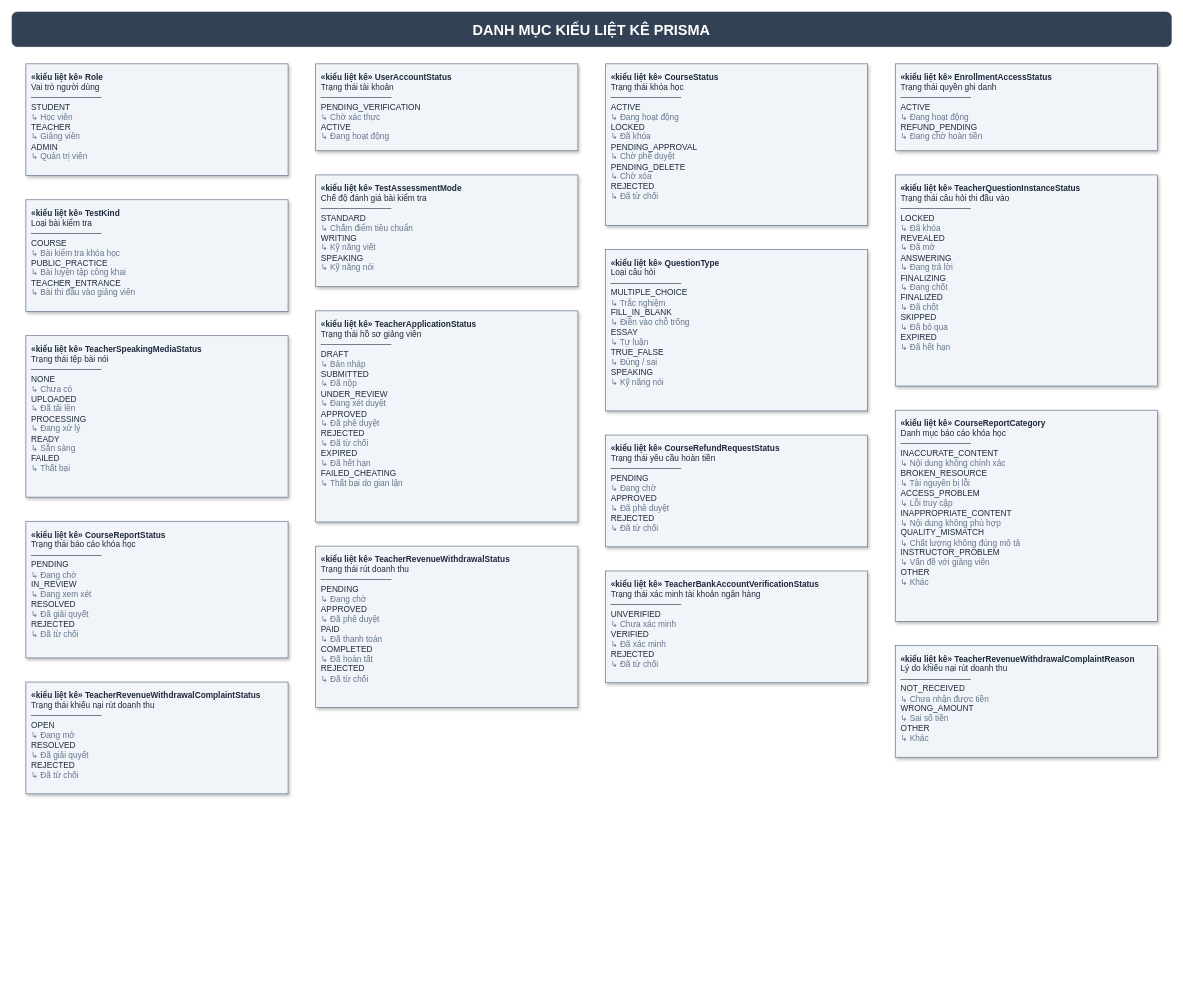
vunguyen00/final-pj keeps this draw.io diagram as page "07 - Danh mục kiểu liệt kê" (8 of 8) of docs/finncenter-database-erd.drawio. Above is the earlier version. Source tidied: cells renumbered, new cells numbered last; positions are measured from the earlier drawing's top-left corner, leaving out a move shared by most shapes. Both pictures are drawn from the tidied source at 69%, with x=0, y=0 at pixel (12, 12).
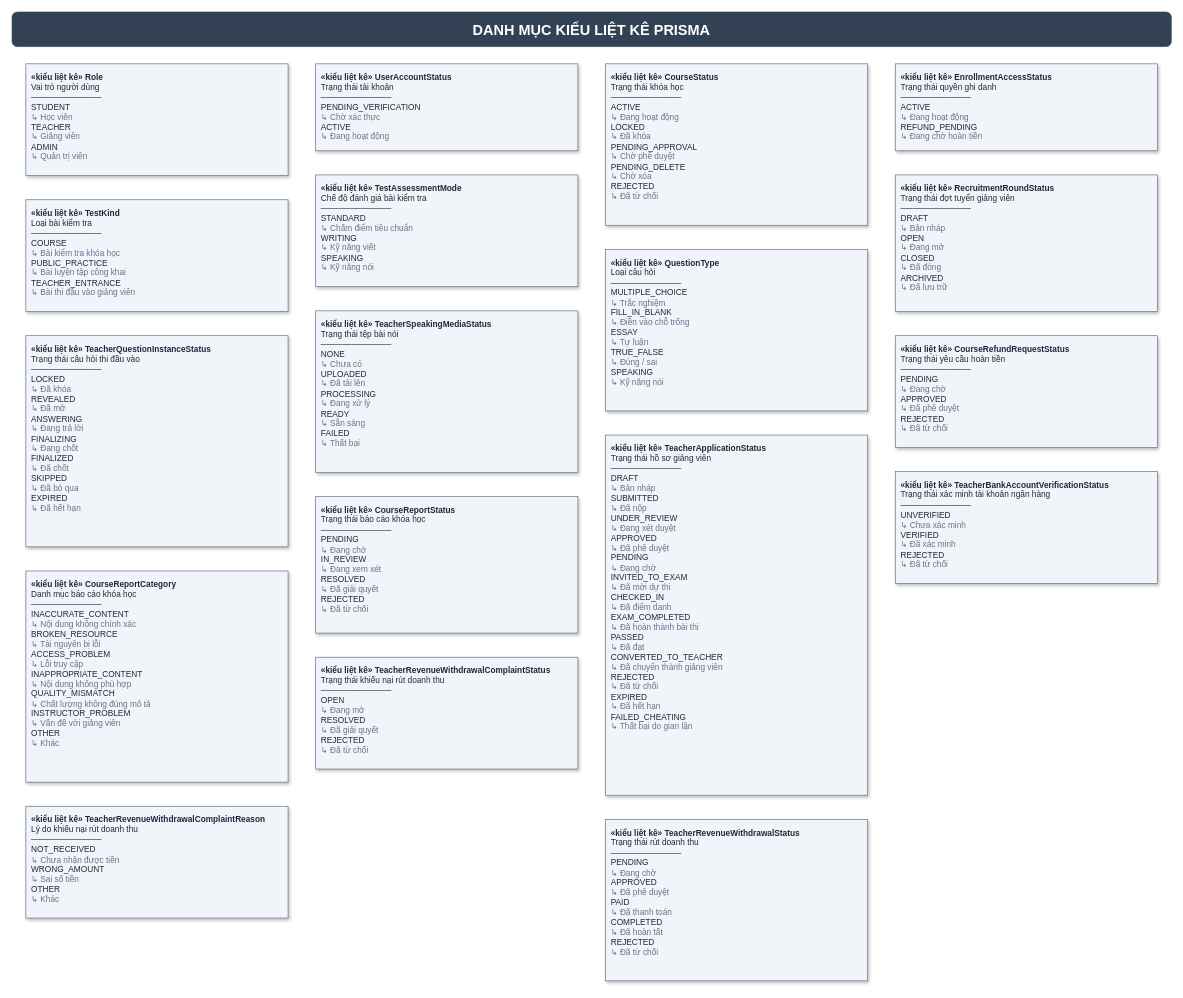
The same diagram, later.

What changed in the source:
```diff
@@
+    <mxCell id="20" value="&lt;b&gt;«kiểu liệt kê» RecruitmentRoundStatus&lt;/b&gt;&lt;br/&gt;Trạng thái đợt tuyển giảng viên&lt;br/&gt;────────────&lt;br/&gt;DRAFT&lt;br/&gt;&lt;font color=&quot;#64748b&quot;&gt;↳ Bản nháp&lt;/font&gt;&lt;br/&gt;OPEN&lt;br/&gt;&lt;font color=&quot;#64748b&quot;&gt;↳ Đang mở&lt;/font&gt;&lt;br/&gt;CLOSED&lt;br/&gt;&lt;font color=&quot;#64748b&quot;&gt;↳ Đã đóng&lt;/font&gt;&lt;br/&gt;ARCHIVED&lt;br/&gt;&lt;font color=&quot;#64748b&quot;&gt;↳ Đã lưu trữ&lt;/font&gt;" style="rounded=0;whiteSpace=wrap;html=1;fillColor=#f1f5f9;strokeColor=#64748b;fontColor=#1e293b;fontSize=12;align=left;verticalAlign=top;spacing=8;shadow=1;" parent="1" vertex="1">
+      <mxGeometry x="1280" y="236" width="380" height="198" as="geometry" />
+    </mxCell>
     <mxCell id="10" value="&lt;b&gt;«kiểu liệt kê» TeacherQuestionInstanceStatus&lt;/b&gt;&lt;br/&gt;Trạng thái câu hỏi thi đầu vào&lt;br/&gt;────────────&lt;br/&gt;LOCKED&lt;br/&gt;&lt;font color=&quot;#64748b&quot;&gt;↳ Đã khóa&lt;/font&gt;&lt;br/&gt;REVEALED&lt;br/&gt;&lt;font color=&quot;#64748b&quot;&gt;↳ Đã mở&lt;/font&gt;&lt;br/&gt;ANSWERING&lt;br/&gt;&lt;font color=&quot;#64748b&quot;&gt;↳ Đang trả lời&lt;/font&gt;&lt;br/&gt;FINALIZING&lt;br/&gt;&lt;font color=&quot;#64748b&quot;&gt;↳ Đang chốt&lt;/font&gt;&lt;br/&gt;FINALIZED&lt;br/&gt;&lt;font color=&quot;#64748b&quot;&gt;↳ Đã chốt&lt;/font&gt;&lt;br/&gt;SKIPPED&lt;br/&gt;&lt;font color=&quot;#64748b&quot;&gt;↳ Đã bỏ qua&lt;/font&gt;&lt;br/&gt;EXPIRED&lt;br/&gt;&lt;font color=&quot;#64748b&quot;&gt;↳ Đã hết hạn&lt;/font&gt;" style="rounded=0;whiteSpace=wrap;html=1;fillColor=#f1f5f9;strokeColor=#64748b;fontColor=#1e293b;fontSize=12;align=left;verticalAlign=top;spacing=8;shadow=1;" parent="1" vertex="1">
-      <mxGeometry x="1280" y="236" width="380" height="306" as="geometry" />
+      <mxGeometry x="20" y="469" width="380" height="306" as="geometry" />
     </mxCell>
     <mxCell id="11" value="&lt;b&gt;«kiểu liệt kê» TeacherSpeakingMediaStatus&lt;/b&gt;&lt;br/&gt;Trạng thái tệp bài nói&lt;br/&gt;────────────&lt;br/&gt;NONE&lt;br/&gt;&lt;font color=&quot;#64748b&quot;&gt;↳ Chưa có&lt;/font&gt;&lt;br/&gt;UPLOADED&lt;br/&gt;&lt;font color=&quot;#64748b&quot;&gt;↳ Đã tải lên&lt;/font&gt;&lt;br/&gt;PROCESSING&lt;br/&gt;&lt;font color=&quot;#64748b&quot;&gt;↳ Đang xử lý&lt;/font&gt;&lt;br/&gt;READY&lt;br/&gt;&lt;font color=&quot;#64748b&quot;&gt;↳ Sẵn sàng&lt;/font&gt;&lt;br/&gt;FAILED&lt;br/&gt;&lt;font color=&quot;#64748b&quot;&gt;↳ Thất bại&lt;/font&gt;" style="rounded=0;whiteSpace=wrap;html=1;fillColor=#f1f5f9;strokeColor=#64748b;fontColor=#1e293b;fontSize=12;align=left;verticalAlign=top;spacing=8;shadow=1;" parent="1" vertex="1">
-      <mxGeometry x="20" y="469" width="380" height="234" as="geometry" />
+      <mxGeometry x="440" y="433" width="380" height="234" as="geometry" />
     </mxCell>
-    <mxCell id="12" value="&lt;b&gt;«kiểu liệt kê» TeacherApplicationStatus&lt;/b&gt;&lt;br/&gt;Trạng thái hồ sơ giảng viên&lt;br/&gt;────────────&lt;br/&gt;DRAFT&lt;br/&gt;&lt;font color=&quot;#64748b&quot;&gt;↳ Bản nháp&lt;/font&gt;&lt;br/&gt;SUBMITTED&lt;br/&gt;&lt;font color=&quot;#64748b&quot;&gt;↳ Đã nộp&lt;/font&gt;&lt;br/&gt;UNDER_REVIEW&lt;br/&gt;&lt;font color=&quot;#64748b&quot;&gt;↳ Đang xét duyệt&lt;/font&gt;&lt;br/&gt;APPROVED&lt;br/&gt;&lt;font color=&quot;#64748b&quot;&gt;↳ Đã phê duyệt&lt;/font&gt;&lt;br/&gt;REJECTED&lt;br/&gt;&lt;font color=&quot;#64748b&quot;&gt;↳ Đã từ chối&lt;/font&gt;&lt;br/&gt;EXPIRED&lt;br/&gt;&lt;font color=&quot;#64748b&quot;&gt;↳ Đã hết hạn&lt;/font&gt;&lt;br/&gt;FAILED_CHEATING&lt;br/&gt;&lt;font color=&quot;#64748b&quot;&gt;↳ Thất bại do gian lận&lt;/font&gt;" style="rounded=0;whiteSpace=wrap;html=1;fillColor=#f1f5f9;strokeColor=#64748b;fontColor=#1e293b;fontSize=12;align=left;verticalAlign=top;spacing=8;shadow=1;" parent="1" vertex="1">
-      <mxGeometry x="440" y="433" width="380" height="306" as="geometry" />
+    <mxCell id="12" value="&lt;b&gt;«kiểu liệt kê» TeacherApplicationStatus&lt;/b&gt;&lt;br/&gt;Trạng thái hồ sơ giảng viên&lt;br/&gt;────────────&lt;br/&gt;DRAFT&lt;br/&gt;&lt;font color=&quot;#64748b&quot;&gt;↳ Bản nháp&lt;/font&gt;&lt;br/&gt;SUBMITTED&lt;br/&gt;&lt;font color=&quot;#64748b&quot;&gt;↳ Đã nộp&lt;/font&gt;&lt;br/&gt;UNDER_REVIEW&lt;br/&gt;&lt;font color=&quot;#64748b&quot;&gt;↳ Đang xét duyệt&lt;/font&gt;&lt;br/&gt;APPROVED&lt;br/&gt;&lt;font color=&quot;#64748b&quot;&gt;↳ Đã phê duyệt&lt;/font&gt;&lt;br/&gt;PENDING&lt;br/&gt;&lt;font color=&quot;#64748b&quot;&gt;↳ Đang chờ&lt;/font&gt;&lt;br/&gt;INVITED_TO_EXAM&lt;br/&gt;&lt;font color=&quot;#64748b&quot;&gt;↳ Đã mời dự thi&lt;/font&gt;&lt;br/&gt;CHECKED_IN&lt;br/&gt;&lt;font color=&quot;#64748b&quot;&gt;↳ Đã điểm danh&lt;/font&gt;&lt;br/&gt;EXAM_COMPLETED&lt;br/&gt;&lt;font color=&quot;#64748b&quot;&gt;↳ Đã hoàn thành bài thi&lt;/font&gt;&lt;br/&gt;PASSED&lt;br/&gt;&lt;font color=&quot;#64748b&quot;&gt;↳ Đã đạt&lt;/font&gt;&lt;br/&gt;CONVERTED_TO_TEACHER&lt;br/&gt;&lt;font color=&quot;#64748b&quot;&gt;↳ Đã chuyển thành giảng viên&lt;/font&gt;&lt;br/&gt;REJECTED&lt;br/&gt;&lt;font color=&quot;#64748b&quot;&gt;↳ Đã từ chối&lt;/font&gt;&lt;br/&gt;EXPIRED&lt;br/&gt;&lt;font color=&quot;#64748b&quot;&gt;↳ Đã hết hạn&lt;/font&gt;&lt;br/&gt;FAILED_CHEATING&lt;br/&gt;&lt;font color=&quot;#64748b&quot;&gt;↳ Thất bại do gian lận&lt;/font&gt;" style="rounded=0;whiteSpace=wrap;html=1;fillColor=#f1f5f9;strokeColor=#64748b;fontColor=#1e293b;fontSize=12;align=left;verticalAlign=top;spacing=8;shadow=1;" parent="1" vertex="1">
+      <mxGeometry x="860" y="613" width="380" height="522" as="geometry" />
     </mxCell>
     <mxCell id="13" value="&lt;b&gt;«kiểu liệt kê» CourseRefundRequestStatus&lt;/b&gt;&lt;br/&gt;Trạng thái yêu cầu hoàn tiền&lt;br/&gt;────────────&lt;br/&gt;PENDING&lt;br/&gt;&lt;font color=&quot;#64748b&quot;&gt;↳ Đang chờ&lt;/font&gt;&lt;br/&gt;APPROVED&lt;br/&gt;&lt;font color=&quot;#64748b&quot;&gt;↳ Đã phê duyệt&lt;/font&gt;&lt;br/&gt;REJECTED&lt;br/&gt;&lt;font color=&quot;#64748b&quot;&gt;↳ Đã từ chối&lt;/font&gt;" style="rounded=0;whiteSpace=wrap;html=1;fillColor=#f1f5f9;strokeColor=#64748b;fontColor=#1e293b;fontSize=12;align=left;verticalAlign=top;spacing=8;shadow=1;" parent="1" vertex="1">
-      <mxGeometry x="860" y="613" width="380" height="162" as="geometry" />
+      <mxGeometry x="1280" y="469" width="380" height="162" as="geometry" />
     </mxCell>
     <mxCell id="14" value="&lt;b&gt;«kiểu liệt kê» CourseReportCategory&lt;/b&gt;&lt;br/&gt;Danh mục báo cáo khóa học&lt;br/&gt;────────────&lt;br/&gt;INACCURATE_CONTENT&lt;br/&gt;&lt;font color=&quot;#64748b&quot;&gt;↳ Nội dung không chính xác&lt;/font&gt;&lt;br/&gt;BROKEN_RESOURCE&lt;br/&gt;&lt;font color=&quot;#64748b&quot;&gt;↳ Tài nguyên bị lỗi&lt;/font&gt;&lt;br/&gt;ACCESS_PROBLEM&lt;br/&gt;&lt;font color=&quot;#64748b&quot;&gt;↳ Lỗi truy cập&lt;/font&gt;&lt;br/&gt;INAPPROPRIATE_CONTENT&lt;br/&gt;&lt;font color=&quot;#64748b&quot;&gt;↳ Nội dung không phù hợp&lt;/font&gt;&lt;br/&gt;QUALITY_MISMATCH&lt;br/&gt;&lt;font color=&quot;#64748b&quot;&gt;↳ Chất lượng không đúng mô tả&lt;/font&gt;&lt;br/&gt;INSTRUCTOR_PROBLEM&lt;br/&gt;&lt;font color=&quot;#64748b&quot;&gt;↳ Vấn đề với giảng viên&lt;/font&gt;&lt;br/&gt;OTHER&lt;br/&gt;&lt;font color=&quot;#64748b&quot;&gt;↳ Khác&lt;/font&gt;" style="rounded=0;whiteSpace=wrap;html=1;fillColor=#f1f5f9;strokeColor=#64748b;fontColor=#1e293b;fontSize=12;align=left;verticalAlign=top;spacing=8;shadow=1;" parent="1" vertex="1">
-      <mxGeometry x="1280" y="577" width="380" height="306" as="geometry" />
+      <mxGeometry x="20" y="810" width="380" height="306" as="geometry" />
     </mxCell>
     <mxCell id="15" value="&lt;b&gt;«kiểu liệt kê» CourseReportStatus&lt;/b&gt;&lt;br/&gt;Trạng thái báo cáo khóa học&lt;br/&gt;────────────&lt;br/&gt;PENDING&lt;br/&gt;&lt;font color=&quot;#64748b&quot;&gt;↳ Đang chờ&lt;/font&gt;&lt;br/&gt;IN_REVIEW&lt;br/&gt;&lt;font color=&quot;#64748b&quot;&gt;↳ Đang xem xét&lt;/font&gt;&lt;br/&gt;RESOLVED&lt;br/&gt;&lt;font color=&quot;#64748b&quot;&gt;↳ Đã giải quyết&lt;/font&gt;&lt;br/&gt;REJECTED&lt;br/&gt;&lt;font color=&quot;#64748b&quot;&gt;↳ Đã từ chối&lt;/font&gt;" style="rounded=0;whiteSpace=wrap;html=1;fillColor=#f1f5f9;strokeColor=#64748b;fontColor=#1e293b;fontSize=12;align=left;verticalAlign=top;spacing=8;shadow=1;" parent="1" vertex="1">
-      <mxGeometry x="20" y="738" width="380" height="198" as="geometry" />
+      <mxGeometry x="440" y="702" width="380" height="198" as="geometry" />
     </mxCell>
     <mxCell id="16" value="&lt;b&gt;«kiểu liệt kê» TeacherRevenueWithdrawalStatus&lt;/b&gt;&lt;br/&gt;Trạng thái rút doanh thu&lt;br/&gt;────────────&lt;br/&gt;PENDING&lt;br/&gt;&lt;font color=&quot;#64748b&quot;&gt;↳ Đang chờ&lt;/font&gt;&lt;br/&gt;APPROVED&lt;br/&gt;&lt;font color=&quot;#64748b&quot;&gt;↳ Đã phê duyệt&lt;/font&gt;&lt;br/&gt;PAID&lt;br/&gt;&lt;font color=&quot;#64748b&quot;&gt;↳ Đã thanh toán&lt;/font&gt;&lt;br/&gt;COMPLETED&lt;br/&gt;&lt;font color=&quot;#64748b&quot;&gt;↳ Đã hoàn tất&lt;/font&gt;&lt;br/&gt;REJECTED&lt;br/&gt;&lt;font color=&quot;#64748b&quot;&gt;↳ Đã từ chối&lt;/font&gt;" style="rounded=0;whiteSpace=wrap;html=1;fillColor=#f1f5f9;strokeColor=#64748b;fontColor=#1e293b;fontSize=12;align=left;verticalAlign=top;spacing=8;shadow=1;" parent="1" vertex="1">
-      <mxGeometry x="440" y="774" width="380" height="234" as="geometry" />
+      <mxGeometry x="860" y="1170" width="380" height="234" as="geometry" />
     </mxCell>
     <mxCell id="17" value="&lt;b&gt;«kiểu liệt kê» TeacherBankAccountVerificationStatus&lt;/b&gt;&lt;br/&gt;Trạng thái xác minh tài khoản ngân hàng&lt;br/&gt;────────────&lt;br/&gt;UNVERIFIED&lt;br/&gt;&lt;font color=&quot;#64748b&quot;&gt;↳ Chưa xác minh&lt;/font&gt;&lt;br/&gt;VERIFIED&lt;br/&gt;&lt;font color=&quot;#64748b&quot;&gt;↳ Đã xác minh&lt;/font&gt;&lt;br/&gt;REJECTED&lt;br/&gt;&lt;font color=&quot;#64748b&quot;&gt;↳ Đã từ chối&lt;/font&gt;" style="rounded=0;whiteSpace=wrap;html=1;fillColor=#f1f5f9;strokeColor=#64748b;fontColor=#1e293b;fontSize=12;align=left;verticalAlign=top;spacing=8;shadow=1;" parent="1" vertex="1">
-      <mxGeometry x="860" y="810" width="380" height="162" as="geometry" />
+      <mxGeometry x="1280" y="666" width="380" height="162" as="geometry" />
     </mxCell>
     <mxCell id="18" value="&lt;b&gt;«kiểu liệt kê» TeacherRevenueWithdrawalComplaintReason&lt;/b&gt;&lt;br/&gt;Lý do khiếu nại rút doanh thu&lt;br/&gt;────────────&lt;br/&gt;NOT_RECEIVED&lt;br/&gt;&lt;font color=&quot;#64748b&quot;&gt;↳ Chưa nhận được tiền&lt;/font&gt;&lt;br/&gt;WRONG_AMOUNT&lt;br/&gt;&lt;font color=&quot;#64748b&quot;&gt;↳ Sai số tiền&lt;/font&gt;&lt;br/&gt;OTHER&lt;br/&gt;&lt;font color=&quot;#64748b&quot;&gt;↳ Khác&lt;/font&gt;" style="rounded=0;whiteSpace=wrap;html=1;fillColor=#f1f5f9;strokeColor=#64748b;fontColor=#1e293b;fontSize=12;align=left;verticalAlign=top;spacing=8;shadow=1;" parent="1" vertex="1">
-      <mxGeometry x="1280" y="918" width="380" height="162" as="geometry" />
+      <mxGeometry x="20" y="1151" width="380" height="162" as="geometry" />
     </mxCell>
     <mxCell id="19" value="&lt;b&gt;«kiểu liệt kê» TeacherRevenueWithdrawalComplaintStatus&lt;/b&gt;&lt;br/&gt;Trạng thái khiếu nại rút doanh thu&lt;br/&gt;────────────&lt;br/&gt;OPEN&lt;br/&gt;&lt;font color=&quot;#64748b&quot;&gt;↳ Đang mở&lt;/font&gt;&lt;br/&gt;RESOLVED&lt;br/&gt;&lt;font color=&quot;#64748b&quot;&gt;↳ Đã giải quyết&lt;/font&gt;&lt;br/&gt;REJECTED&lt;br/&gt;&lt;font color=&quot;#64748b&quot;&gt;↳ Đã từ chối&lt;/font&gt;" style="rounded=0;whiteSpace=wrap;html=1;fillColor=#f1f5f9;strokeColor=#64748b;fontColor=#1e293b;fontSize=12;align=left;verticalAlign=top;spacing=8;shadow=1;" parent="1" vertex="1">
-      <mxGeometry x="20" y="971" width="380" height="162" as="geometry" />
+      <mxGeometry x="440" y="935" width="380" height="162" as="geometry" />
     </mxCell>
```
